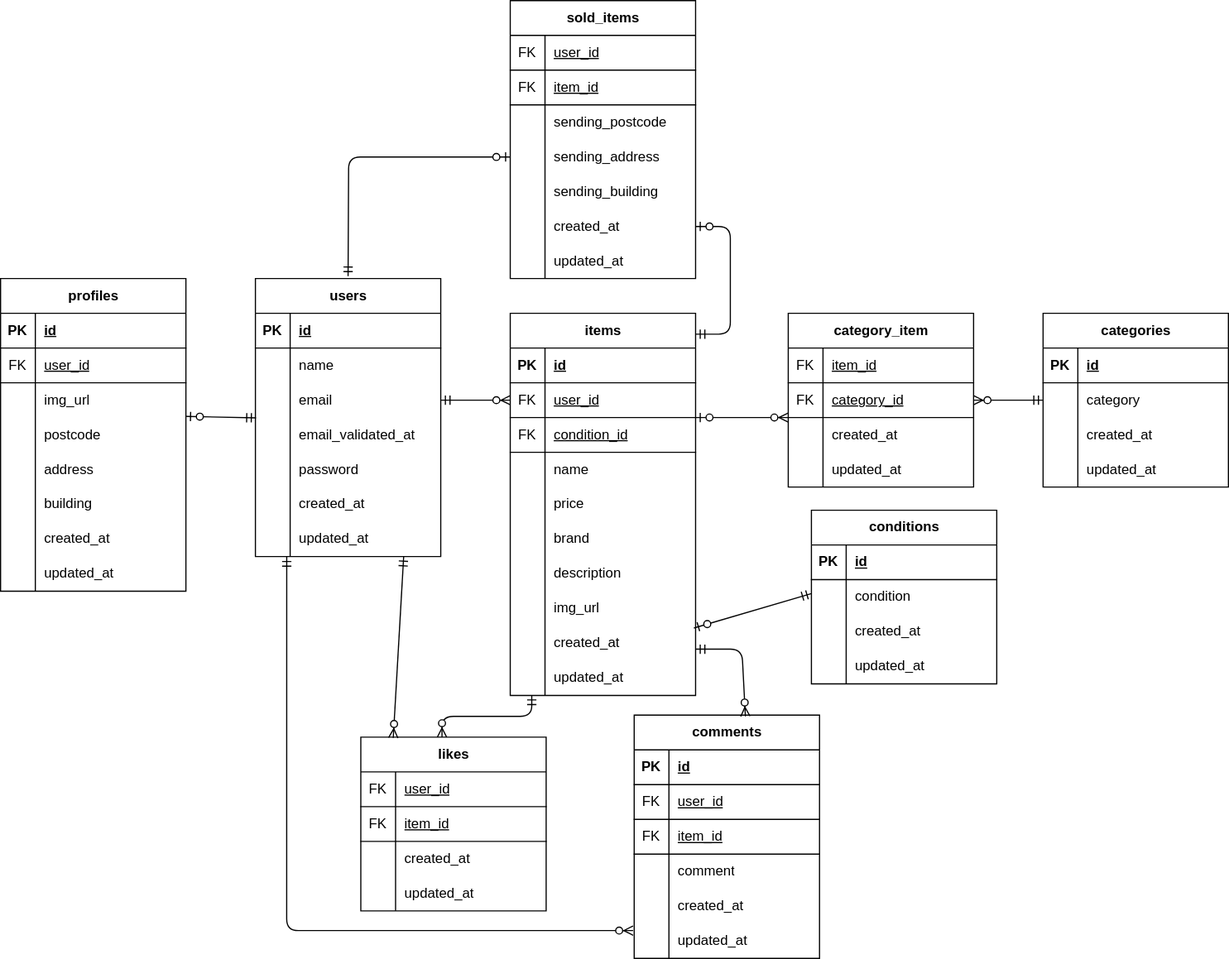
Earlier version of the draw.io export docs/ER.svg (bunta27/free-market-app). Source tidied: cells renumbered, new cells last; positions are measured from the earlier drawing's top-left corner, leaving out a move shared by most shapes.
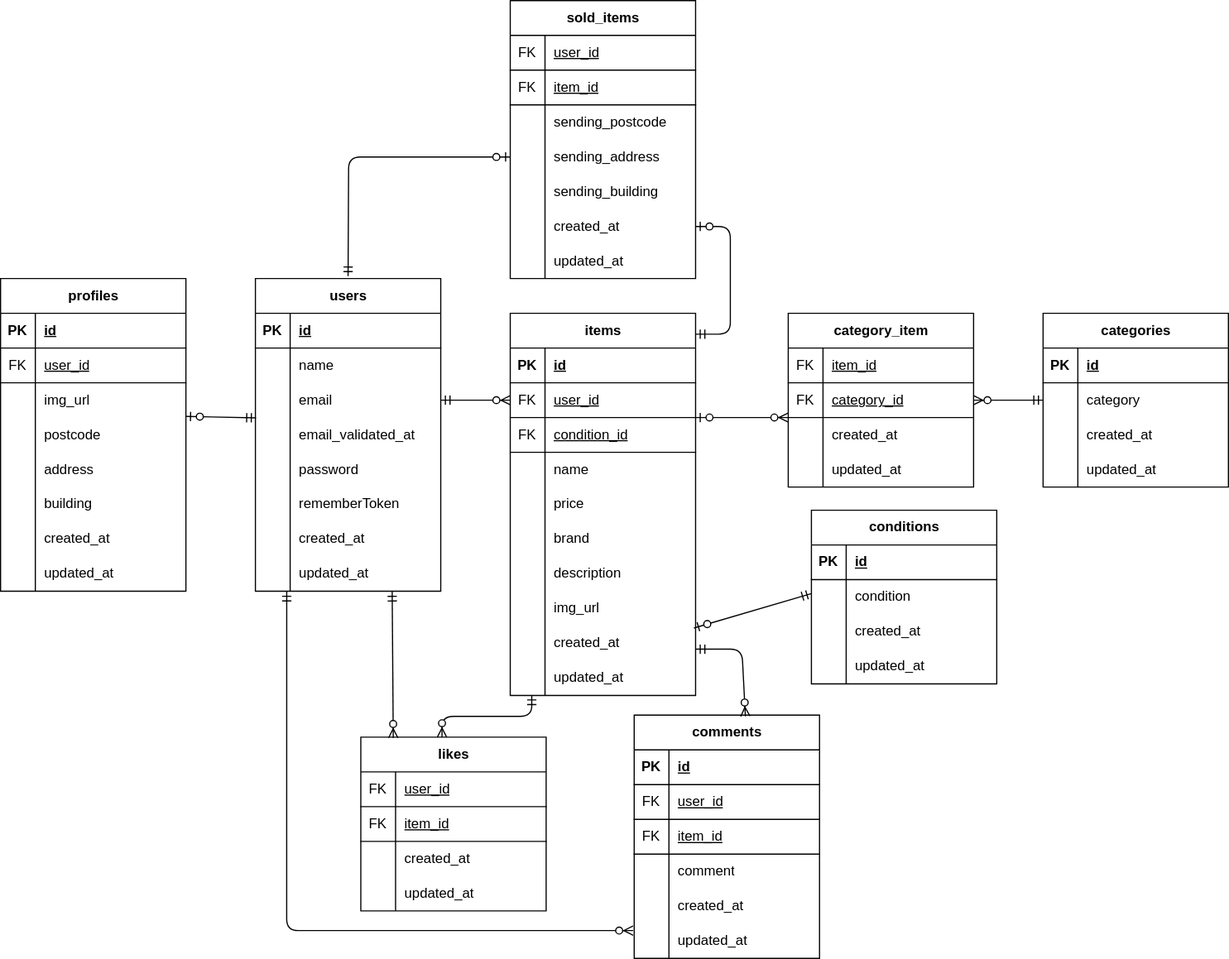
After the commit.

Diff of the diagram source:
```diff
@@ -3,7 +3,7 @@
     <mxCell id="0" />
     <mxCell id="1" parent="0" />
     <mxCell id="2" value="users" style="shape=table;startSize=30;rowLines=0;fontStyle=1;align=center;html=1;" parent="1" vertex="1">
-      <mxGeometry x="220" y="240" width="160" height="240" as="geometry" />
+      <mxGeometry x="220" y="240" width="160" height="270" as="geometry" />
     </mxCell>
     <mxCell id="3" style="shape=tableRow;horizontal=0;startSize=0;swimlaneHead=0;swimlaneBody=0;fillColor=none;top=0;left=0;right=0;bottom=1;" parent="2" vertex="1">
       <mxGeometry y="30" width="160" height="30" as="geometry" />
@@ -50,8 +50,17 @@
     <mxCell id="17" value="password" style="shape=partialRectangle;fillColor=none;top=0;left=0;bottom=0;right=0;align=left;spacingLeft=6;overflow=hidden;whiteSpace=wrap;html=1;" parent="15" vertex="1">
       <mxGeometry x="30" width="130" height="30" as="geometry" />
     </mxCell>
+    <mxCell id="184" style="shape=tableRow;horizontal=0;startSize=0;swimlaneHead=0;swimlaneBody=0;fillColor=none;top=0;left=0;right=0;bottom=0;" parent="2" vertex="1">
+      <mxGeometry y="180" width="160" height="30" as="geometry" />
+    </mxCell>
+    <mxCell id="185" style="shape=partialRectangle;fillColor=none;top=0;left=0;bottom=0;right=0;overflow=hidden;whiteSpace=wrap;html=1;" parent="184" vertex="1">
+      <mxGeometry width="30" height="30" as="geometry" />
+    </mxCell>
+    <mxCell id="186" value="rememberToken" style="shape=partialRectangle;fillColor=none;top=0;left=0;bottom=0;right=0;align=left;spacingLeft=6;overflow=hidden;whiteSpace=wrap;html=1;" parent="184" vertex="1">
+      <mxGeometry x="30" width="130" height="30" as="geometry" />
+    </mxCell>
     <mxCell id="18" style="shape=tableRow;horizontal=0;startSize=0;swimlaneHead=0;swimlaneBody=0;fillColor=none;top=0;left=0;right=0;bottom=0;" parent="2" vertex="1">
-      <mxGeometry y="180" width="160" height="30" as="geometry" />
+      <mxGeometry y="210" width="160" height="30" as="geometry" />
     </mxCell>
     <mxCell id="19" style="shape=partialRectangle;fillColor=none;top=0;left=0;bottom=0;right=0;overflow=hidden;whiteSpace=wrap;html=1;" parent="18" vertex="1">
       <mxGeometry width="30" height="30" as="geometry" />
@@ -60,7 +69,7 @@
       <mxGeometry x="30" width="130" height="30" as="geometry" />
     </mxCell>
     <mxCell id="21" style="shape=tableRow;horizontal=0;startSize=0;swimlaneHead=0;swimlaneBody=0;fillColor=none;points=[[0,0.5],[1,0.5]];portConstraint=eastwest;top=0;left=0;right=0;bottom=0;" parent="2" vertex="1">
-      <mxGeometry y="210" width="160" height="30" as="geometry" />
+      <mxGeometry y="240" width="160" height="30" as="geometry" />
     </mxCell>
     <mxCell id="22" style="shape=partialRectangle;fillColor=none;top=0;left=0;bottom=0;right=0;overflow=hidden;whiteSpace=wrap;html=1;" parent="21" vertex="1">
       <mxGeometry width="30" height="30" as="geometry" />
@@ -544,10 +553,8 @@
     <mxCell id="179" style="edgeStyle=orthogonalEdgeStyle;fontSize=12;html=1;endArrow=ERzeroToMany;startArrow=ERmandOne;exitX=0.169;exitY=1.01;exitDx=0;exitDy=0;exitPerimeter=0;entryX=-0.006;entryY=0.2;entryDx=0;entryDy=0;entryPerimeter=0;" parent="1" edge="1" source="21" target="131">
       <mxGeometry relative="1" as="geometry" />
     </mxCell>
-    <mxCell id="180" style="fontSize=12;html=1;endArrow=ERzeroToMany;startArrow=ERmandOne;entryX=0.175;entryY=0.004;entryDx=0;entryDy=0;entryPerimeter=0;" parent="1" edge="1" target="102">
-      <mxGeometry relative="1" as="geometry">
-        <mxPoint x="348" y="480" as="sourcePoint" />
-      </mxGeometry>
+    <mxCell id="180" style="fontSize=12;html=1;endArrow=ERzeroToMany;startArrow=ERmandOne;entryX=0.175;entryY=0.004;entryDx=0;entryDy=0;entryPerimeter=0;exitX=0.738;exitY=1.013;exitDx=0;exitDy=0;exitPerimeter=0;" parent="1" edge="1" source="21" target="102">
+      <mxGeometry relative="1" as="geometry" />
     </mxCell>
     <mxCell id="181" style="fontSize=12;html=1;endArrow=ERzeroToMany;startArrow=ERmandOne;exitX=0.116;exitY=0.994;exitDx=0;exitDy=0;entryX=0.438;entryY=0;entryDx=0;entryDy=0;entryPerimeter=0;edgeStyle=orthogonalEdgeStyle;exitPerimeter=0;" parent="1" edge="1" source="77" target="102">
       <mxGeometry relative="1" as="geometry" />
```
